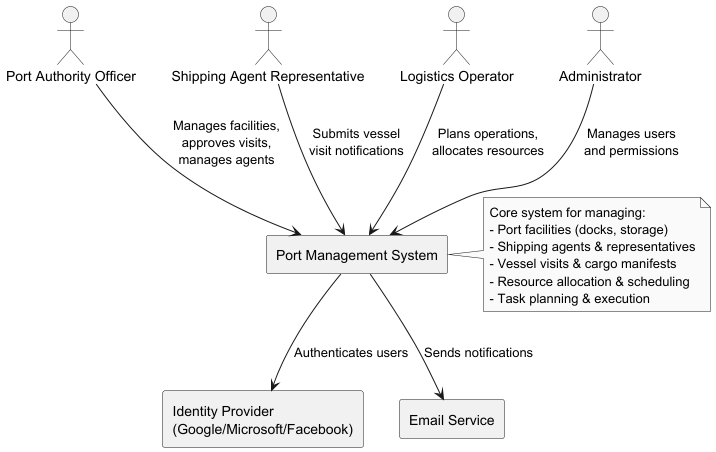
Earlier version of the PlantUML export docs/PNG/logical01.png (adampawelka/PortManagement).
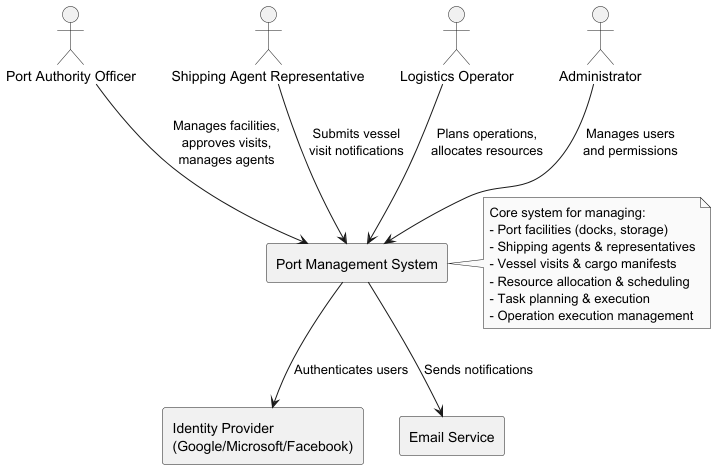
Above is the later version.

The edit, as a diff of the source:
```diff
@@ -31,6 +31,7 @@
   - Vessel visits & cargo manifests
   - Resource allocation & scheduling
   - Task planning & execution
+  - Operation execution management
 end note
 
 @enduml
```
